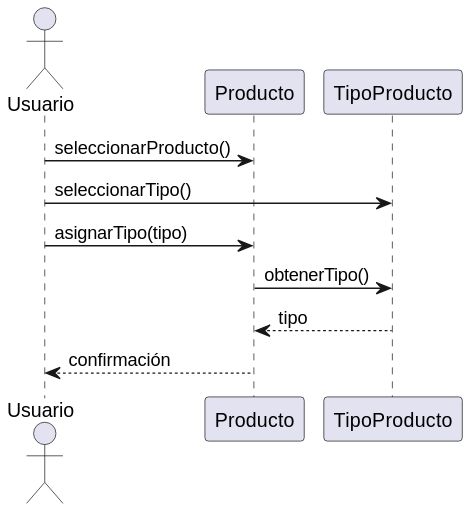
The PlantUML diagram tp_integrador_hito_5/diagramas_de_secuencia.svg in PMAC80/Estructuras-III, before a commit.
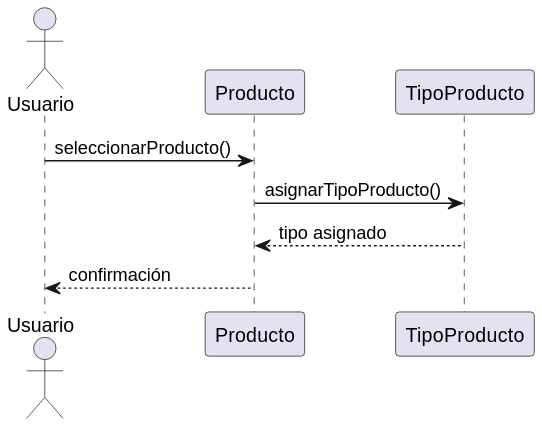
Above is the later version.

Change to the diagram source:
```diff
@@ -6,13 +6,9 @@
 
 Usuario -> Producto : seleccionarProducto()
 
-Usuario -> TipoProducto : seleccionarTipo()
+Producto -> TipoProducto : asignarTipoProducto()
 
-Usuario -> Producto : asignarTipo(tipo)
-
-Producto -> TipoProducto : obtenerTipo()
-
-TipoProducto --> Producto : tipo
+TipoProducto --> Producto : tipo asignado
 
 Producto --> Usuario : confirmación
 @enduml
```
